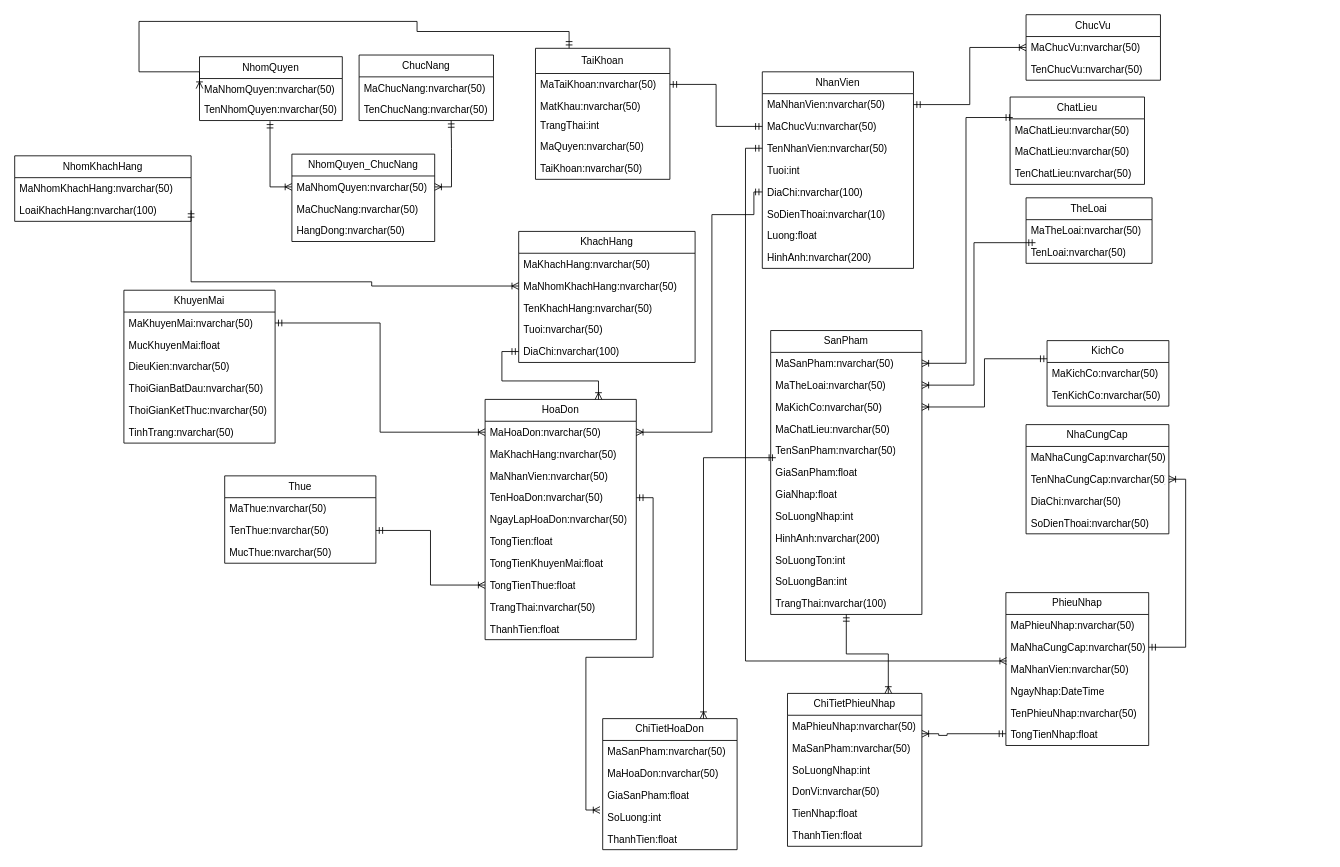
This is Biểu đồ không có tiêu đề (1).drawio from maivantai2003/Database, a draw.io file, before an edit. Source tidied: cells renumbered, new cells numbered last; positions are measured from the earlier drawing's top-left corner, leaving out a move shared by most shapes. Both pictures are drawn from the tidied source at 84%, with x=0, y=0 at pixel (14, 14).
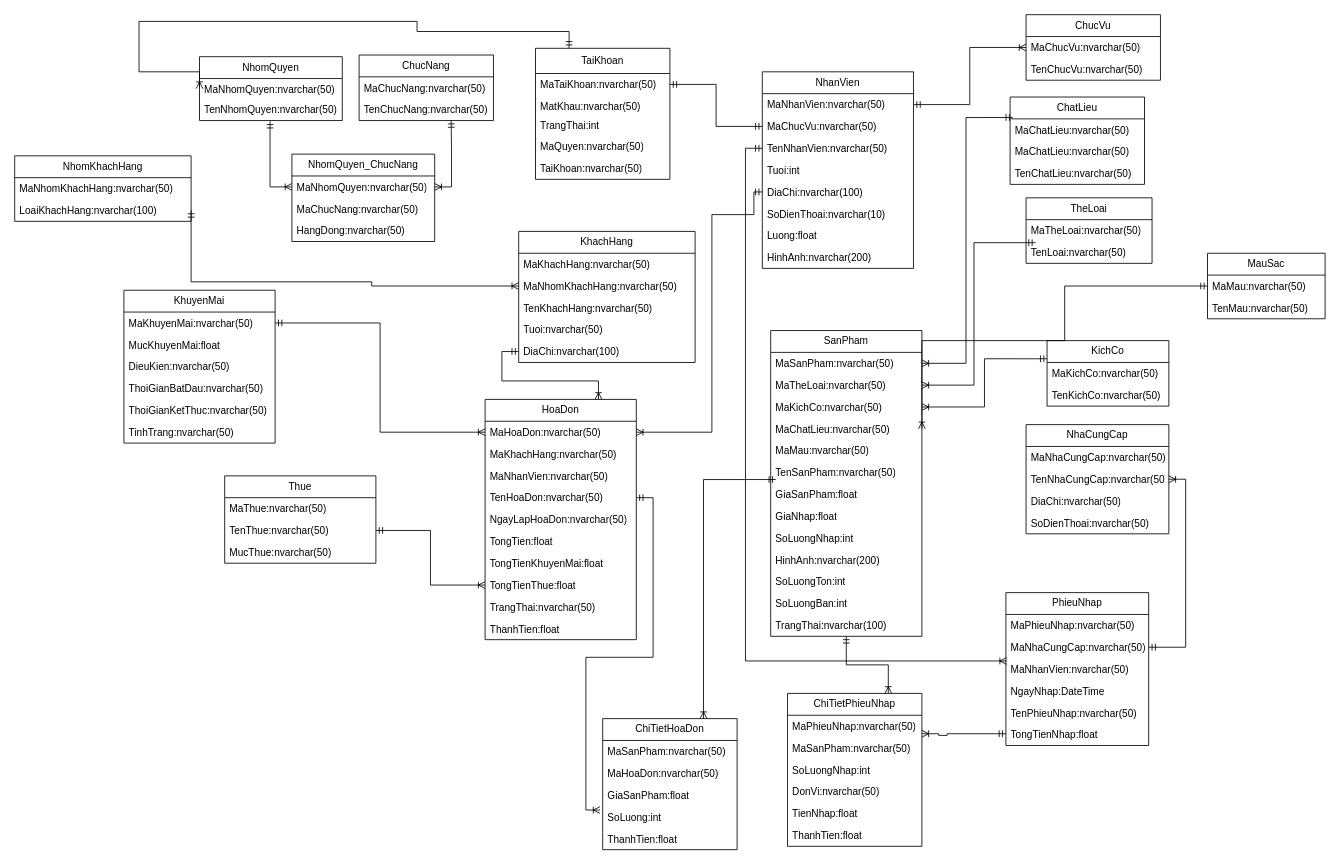
Above is the later version.

Commit message:
Cập nhật Biểu đồ không có tiêu đề (1).drawio

The change refers to these unchanged cells:
```xml
<mxCell id="48" value="MaChatLieu:nvarchar(50)" style="text;strokeColor=none;fillColor=none;align=left;verticalAlign=top;spacingLeft=4;spacingRight=4;overflow=hidden;points=[[0,0.5],[1,0.5]];portConstraint=eastwest;whiteSpace=wrap;html=1;" parent="44" vertex="1">
  <mxGeometry y="104" width="180" height="26" as="geometry" />
</mxCell>
```

The edit, as a diff of the source:
```diff
@@
     <mxCell id="44" value="SanPham" style="swimlane;fontStyle=0;horizontal=1;startSize=26;fillColor=none;whiteSpace=wrap;html=1;" parent="1" vertex="1">
-      <mxGeometry x="900" y="376" width="180" height="338" as="geometry" />
+      <mxGeometry x="900" y="376" width="180" height="364" as="geometry" />
     </mxCell>
@@
+    <mxCell id="128" value="MaMau:nvarchar(50)" style="text;strokeColor=none;fillColor=none;align=left;verticalAlign=top;spacingLeft=4;spacingRight=4;overflow=hidden;whiteSpace=wrap;html=1;" parent="44" vertex="1">
+      <mxGeometry y="130" width="180" height="26" as="geometry" />
+    </mxCell>
     <mxCell id="49" value="TenSanPham:nvarchar(50)" style="text;strokeColor=none;fillColor=none;align=left;verticalAlign=top;spacingLeft=4;spacingRight=4;overflow=hidden;whiteSpace=wrap;html=1;" parent="44" vertex="1">
-      <mxGeometry y="130" width="180" height="26" as="geometry" />
+      <mxGeometry y="156" width="180" height="26" as="geometry" />
     </mxCell>
     <mxCell id="50" value="GiaSanPham:float" style="text;strokeColor=none;fillColor=none;align=left;verticalAlign=top;spacingLeft=4;spacingRight=4;overflow=hidden;points=[[0,0.5],[1,0.5]];portConstraint=eastwest;whiteSpace=wrap;html=1;" parent="44" vertex="1">
-      <mxGeometry y="156" width="180" height="26" as="geometry" />
+      <mxGeometry y="182" width="180" height="26" as="geometry" />
     </mxCell>
     <mxCell id="51" value="GiaNhap:float&lt;br&gt;" style="text;strokeColor=none;fillColor=none;align=left;verticalAlign=top;spacingLeft=4;spacingRight=4;overflow=hidden;whiteSpace=wrap;html=1;" parent="44" vertex="1">
-      <mxGeometry y="182" width="180" height="26" as="geometry" />
+      <mxGeometry y="208" width="180" height="26" as="geometry" />
     </mxCell>
     <mxCell id="52" value="SoLuongNhap:int" style="text;strokeColor=none;fillColor=none;align=left;verticalAlign=top;spacingLeft=4;spacingRight=4;overflow=hidden;whiteSpace=wrap;html=1;" parent="44" vertex="1">
-      <mxGeometry y="208" width="180" height="26" as="geometry" />
+      <mxGeometry y="234" width="180" height="26" as="geometry" />
     </mxCell>
     <mxCell id="53" value="HinhAnh:nvarchar(200)" style="text;strokeColor=none;fillColor=none;align=left;verticalAlign=top;spacingLeft=4;spacingRight=4;overflow=hidden;whiteSpace=wrap;html=1;" parent="44" vertex="1">
-      <mxGeometry y="234" width="180" height="26" as="geometry" />
+      <mxGeometry y="260" width="180" height="26" as="geometry" />
     </mxCell>
     <mxCell id="54" value="SoLuongTon:int" style="text;strokeColor=none;fillColor=none;align=left;verticalAlign=top;spacingLeft=4;spacingRight=4;overflow=hidden;whiteSpace=wrap;html=1;" parent="44" vertex="1">
-      <mxGeometry y="260" width="180" height="26" as="geometry" />
+      <mxGeometry y="286" width="180" height="26" as="geometry" />
     </mxCell>
     <mxCell id="55" value="SoLuongBan:int" style="text;strokeColor=none;fillColor=none;align=left;verticalAlign=top;spacingLeft=4;spacingRight=4;overflow=hidden;whiteSpace=wrap;html=1;" parent="44" vertex="1">
-      <mxGeometry y="286" width="180" height="26" as="geometry" />
+      <mxGeometry y="312" width="180" height="26" as="geometry" />
     </mxCell>
     <mxCell id="56" value="TrangThai:nvarchar(100)" style="text;strokeColor=none;fillColor=none;align=left;verticalAlign=top;spacingLeft=4;spacingRight=4;overflow=hidden;whiteSpace=wrap;html=1;" parent="44" vertex="1">
-      <mxGeometry y="312" width="180" height="26" as="geometry" />
+      <mxGeometry y="338" width="180" height="26" as="geometry" />
     </mxCell>
@@
+    <mxCell id="129" value="MauSac" style="swimlane;fontStyle=0;horizontal=1;startSize=26;fillColor=none;whiteSpace=wrap;html=1;" parent="1" vertex="1">
+      <mxGeometry x="1420" y="284" width="140" height="78" as="geometry" />
+    </mxCell>
+    <mxCell id="130" value="MaMau:nvarchar(50)" style="text;strokeColor=none;fillColor=none;align=left;verticalAlign=top;spacingLeft=4;spacingRight=4;overflow=hidden;points=[[0,0.5],[1,0.5]];portConstraint=eastwest;whiteSpace=wrap;html=1;" parent="129" vertex="1">
+      <mxGeometry y="26" width="140" height="26" as="geometry" />
+    </mxCell>
+    <mxCell id="131" value="TenMau:nvarchar(50)" style="text;strokeColor=none;fillColor=none;align=left;verticalAlign=top;spacingLeft=4;spacingRight=4;overflow=hidden;whiteSpace=wrap;html=1;" parent="129" vertex="1">
+      <mxGeometry y="52" width="140" height="26" as="geometry" />
+    </mxCell>
+    <mxCell id="132" style="edgeStyle=orthogonalEdgeStyle;rounded=0;jettySize=auto;html=1;exitX=1;exitY=0.5;exitDx=0;exitDy=0;entryX=0;entryY=0.5;entryDx=0;entryDy=0;startArrow=ERoneToMany;startFill=0;endArrow=ERmandOne;endFill=0;" parent="1" edge="1" source="48" target="130">
+      <mxGeometry relative="1" as="geometry">
+        <Array as="points">
+          <mxPoint x="1080" y="388" />
+          <mxPoint x="1250" y="388" />
+          <mxPoint x="1250" y="323" />
+        </Array>
+      </mxGeometry>
+    </mxCell>
```
